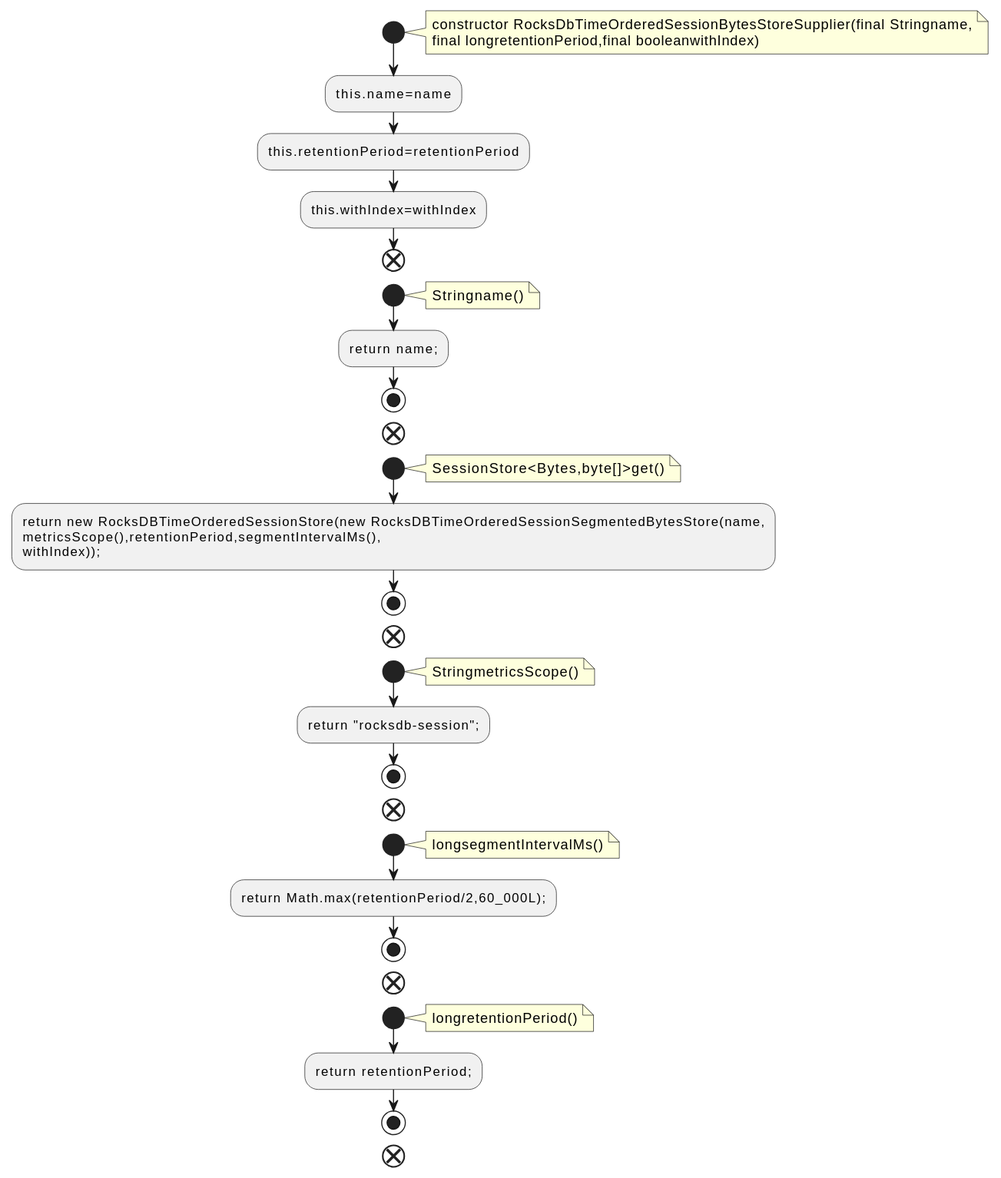
qualitesys/kafka keeps this PlantUML diagram as docs/qc/streams/src/main/java/org/apache/kafka/streams/state/internals/RocksDbTimeOrderedSessionBytesStoreSupplier.java.fct.svg. Above is the earlier version.
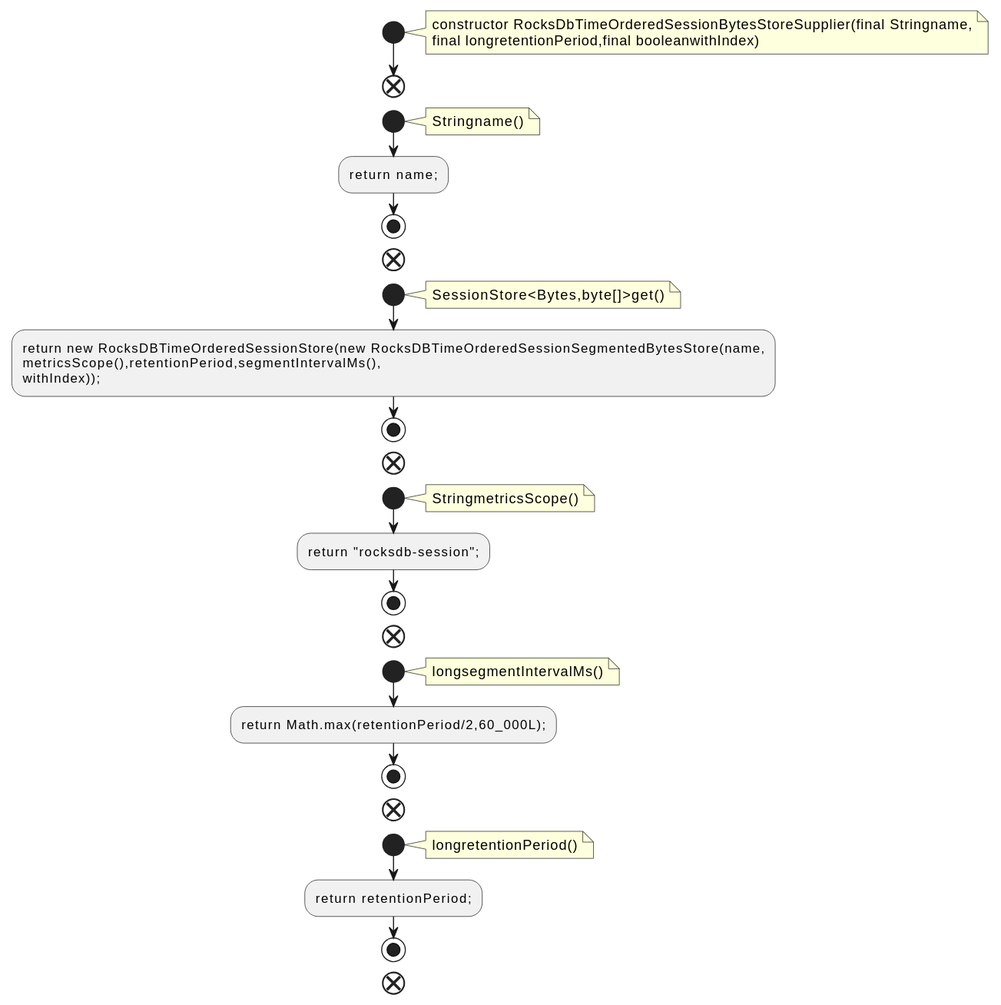
Above is the later version.

Diff of the diagram source:
```diff
@@ -5,9 +5,6 @@
 constructor RocksDbTimeOrderedSessionBytesStoreSupplier(final Stringname,
 final longretentionPeriod,final booleanwithIndex)
 end note
-:this.name=name;
-:this.retentionPeriod=retentionPeriod;
-:this.withIndex=withIndex;
 end
 start
 note right
```
